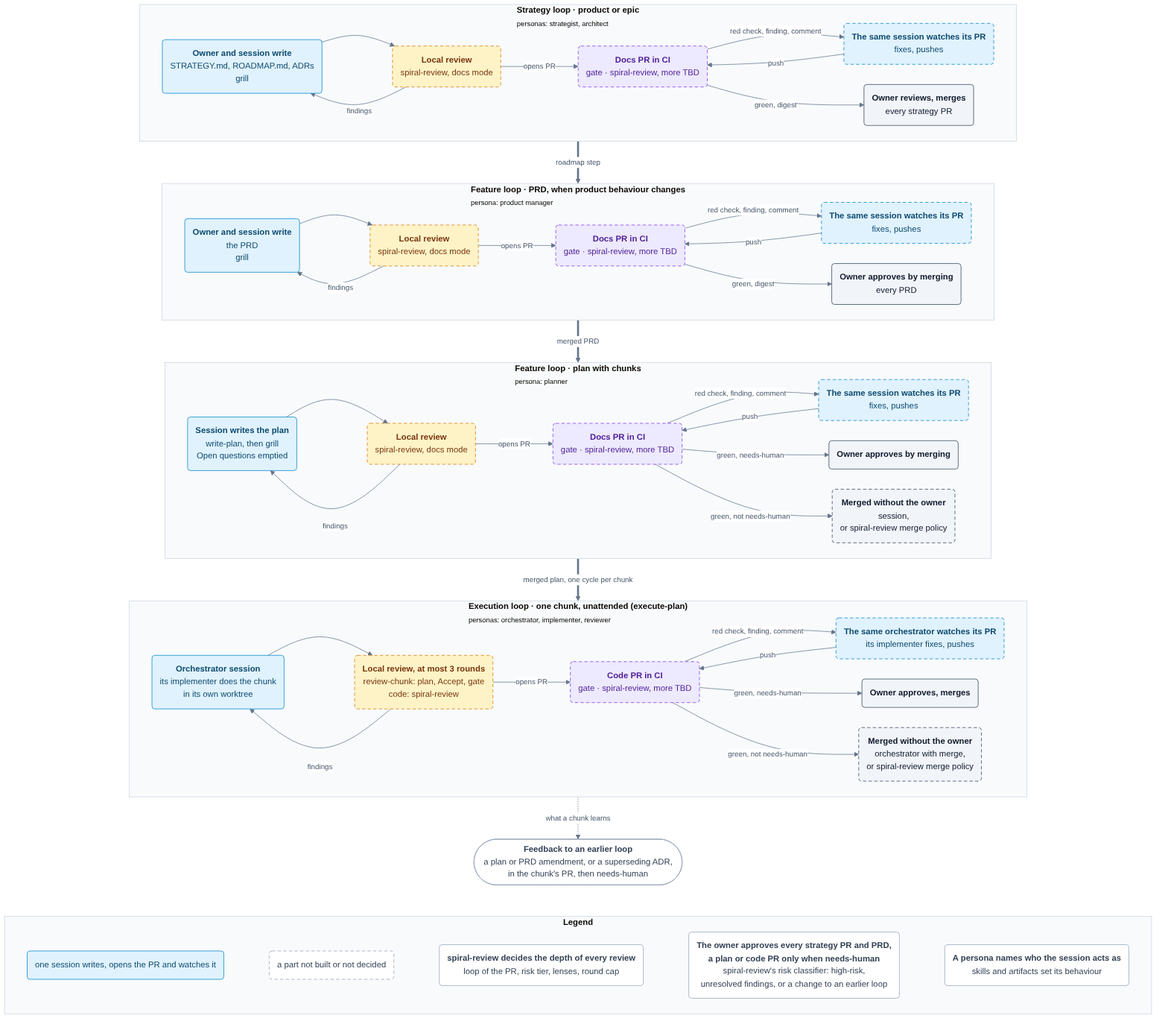
Before: docs/models/development_process.png, a diagram exported from Mermaid (lucadallavalle/agentfiles). Its source is kept beside it as docs/models/development_process.mmd.
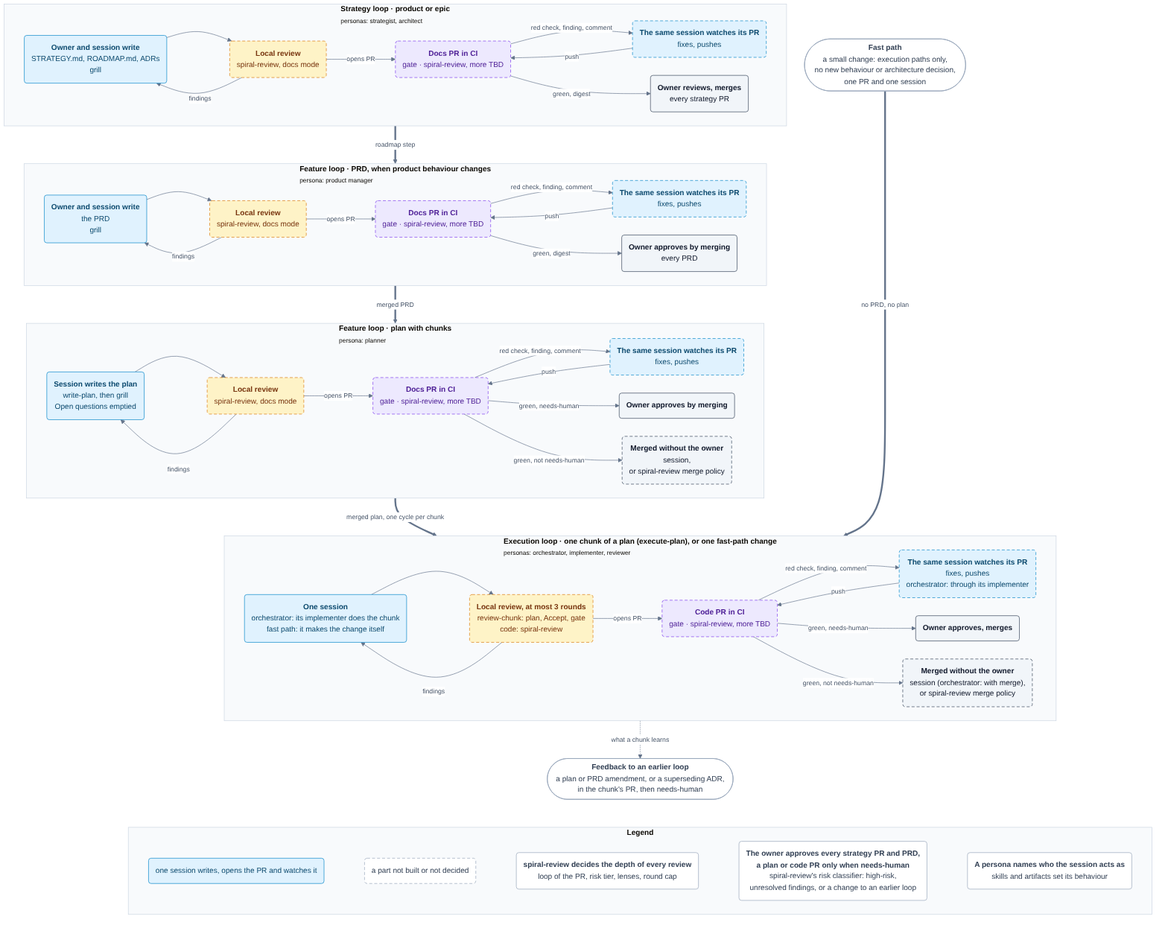
After the commit.

Commit message:
docs: add the fast path

What changed in the source:
```diff
@@ -67,14 +67,14 @@
         LC -- "green, not needs-human" --> LA
     end
 
-    subgraph E["Execution loop · one chunk, unattended (execute-plan)<br/><small>personas: orchestrator, implementer, reviewer</small>"]
+    subgraph E["Execution loop · one chunk of a plan (execute-plan), or one fast-path change<br/><small>personas: orchestrator, implementer, reviewer</small>"]
         direction LR
-        EW("<b>Orchestrator session</b><br/>its implementer does the chunk<br/>in its own worktree")
+        EW("<b>One session</b><br/>orchestrator: its implementer does the chunk<br/>fast path: it makes the change itself")
         EL("<b>Local review, at most 3 rounds</b><br/>review-chunk: plan, Accept, gate<br/>code: spiral-review")
         EC("<b>Code PR in CI</b><br/>gate · spiral-review, more TBD")
-        EB("<b>The same orchestrator watches its PR</b><br/>its implementer fixes, pushes")
+        EB("<b>The same session watches its PR</b><br/>fixes, pushes<br/>orchestrator: through its implementer")
         EM("<b>Owner approves, merges</b>")
-        EA("<b>Merged without the owner</b><br/>orchestrator with merge,<br/>or spiral-review merge policy")
+        EA("<b>Merged without the owner</b><br/>session (orchestrator: with merge),<br/>or spiral-review merge policy")
         EW --> EL
         EL -- findings --> EW
         EL -- opens PR --> EC
@@ -87,6 +87,8 @@
     S == "roadmap step" ==> P
     P == "merged PRD" ==> L
     L == "merged plan, one cycle per chunk" ==> E
+    FAST(["<b>Fast path</b><br/>a small change: execution paths only,<br/>no new behaviour or architecture decision,<br/>one PR and one session"])
+    FAST == "no PRD, no plan" ====> E
     FB(["<b>Feedback to an earlier loop</b><br/>a plan or PRD amendment, or a superseding ADR,<br/>in the chunk's PR, then needs-human"])
     E -. "what a chunk learns" .-> FB
 
@@ -111,6 +113,6 @@
     class SL,PL,LL,EL review
     class SC,PC,LC,EC ci
     class SM,PM,LM,EM,LA,EA merge
-    class FB,K2,K3,K4,K5 note
+    class FB,FAST,K2,K3,K4,K5 note
     class K2 open
     class SL,PL,LL,EL,SC,PC,LC,EC,SB,PB,LB,EB,LA,EA open
```
